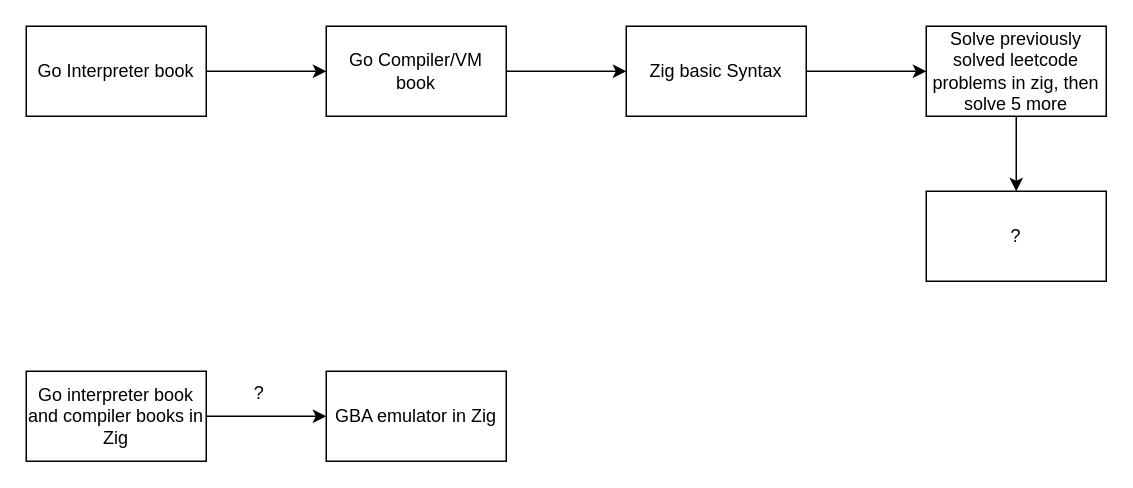
Before: projectPath.drawio in Bekian/bekian, a draw.io diagram. Source tidied: cells renumbered, new cells numbered last; positions are measured from the earlier drawing's top-left corner, leaving out a move shared by most shapes. Both pictures are drawn from the tidied source at 150%, with x=0, y=0 at pixel (26, 26).
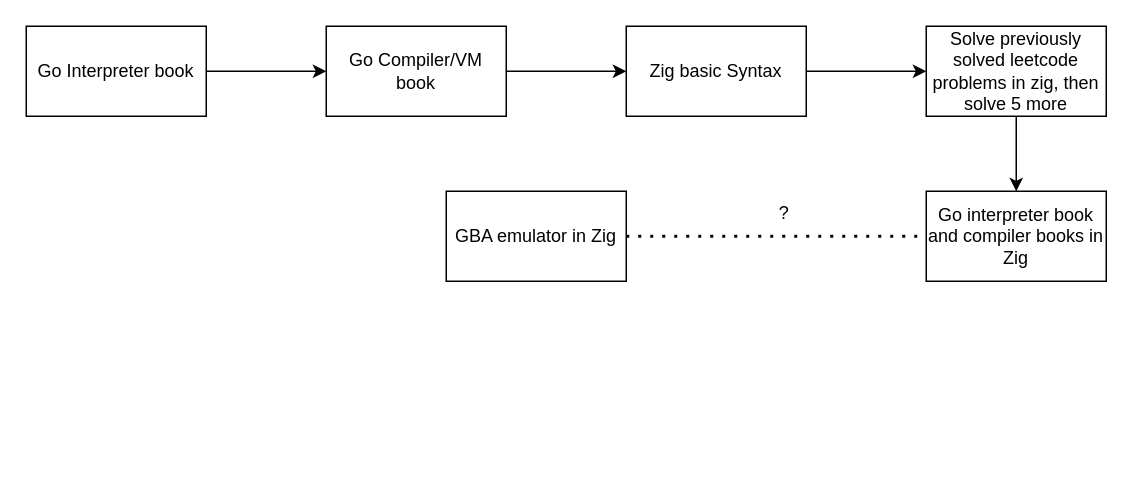
After the change.

What changed in the source:
```diff
@@
 <mxGraphModel>
   <root>
     <mxCell id="0" />
     <mxCell id="1" parent="0" />
     <mxCell id="2" value="Go Interpreter book" style="rounded=0;whiteSpace=wrap;html=1;" parent="1" vertex="1">
       <mxGeometry width="120" height="60" as="geometry" />
     </mxCell>
     <mxCell id="3" style="endArrow=classic;html=1;rounded=0;" parent="1" edge="1">
       <mxGeometry relative="1" as="geometry">
         <mxPoint x="120" y="30" as="sourcePoint" />
         <mxPoint x="200" y="30" as="targetPoint" />
       </mxGeometry>
     </mxCell>
     <mxCell id="4" value="Go Compiler/VM book" style="rounded=0;whiteSpace=wrap;html=1;" parent="1" vertex="1">
       <mxGeometry x="200" width="120" height="60" as="geometry" />
     </mxCell>
     <mxCell id="5" style="endArrow=classic;html=1;rounded=0;" parent="1" edge="1">
       <mxGeometry relative="1" as="geometry">
         <mxPoint x="320" y="30" as="sourcePoint" />
         <mxPoint x="400" y="30" as="targetPoint" />
       </mxGeometry>
     </mxCell>
     <mxCell id="6" value="Zig basic Syntax" style="rounded=0;whiteSpace=wrap;html=1;" parent="1" vertex="1">
       <mxGeometry x="400" width="120" height="60" as="geometry" />
     </mxCell>
     <mxCell id="7" style="endArrow=classic;html=1;rounded=0;" parent="1" edge="1">
       <mxGeometry relative="1" as="geometry">
         <mxPoint x="520" y="30" as="sourcePoint" />
         <mxPoint x="600" y="30" as="targetPoint" />
       </mxGeometry>
     </mxCell>
     <mxCell id="8" value="Solve previously solved leetcode problems in zig, then solve 5 more" style="rounded=0;whiteSpace=wrap;html=1;" parent="1" vertex="1">
       <mxGeometry x="600" width="120" height="60" as="geometry" />
     </mxCell>
     <mxCell id="9" style="endArrow=classic;html=1;rounded=0;" parent="1" edge="1">
       <mxGeometry relative="1" as="geometry">
         <mxPoint x="660" y="60" as="sourcePoint" />
         <mxPoint x="660" y="110" as="targetPoint" />
       </mxGeometry>
     </mxCell>
-    <mxCell id="10" value="?" style="rounded=0;whiteSpace=wrap;html=1;" parent="1" vertex="1">
-      <mxGeometry x="600" y="110" width="120" height="60" as="geometry" />
-    </mxCell>
-    <mxCell id="11" style="edgeStyle=orthogonalEdgeStyle;rounded=0;jettySize=auto;html=1;" parent="1" edge="1" source="12">
-      <mxGeometry relative="1" as="geometry">
-        <mxPoint x="200" y="260" as="targetPoint" />
-      </mxGeometry>
-    </mxCell>
     <mxCell id="12" value="Go interpreter book and compiler books in Zig" style="rounded=0;whiteSpace=wrap;html=1;" parent="1" vertex="1">
-      <mxGeometry y="230" width="120" height="60" as="geometry" />
+      <mxGeometry x="600" y="110" width="120" height="60" as="geometry" />
     </mxCell>
     <mxCell id="13" value="GBA emulator in Zig" style="whiteSpace=wrap;html=1;" parent="1" vertex="1">
-      <mxGeometry x="200" y="230" width="120" height="60" as="geometry" />
+      <mxGeometry x="280" y="110" width="120" height="60" as="geometry" />
     </mxCell>
     <mxCell id="14" value="?" style="text;html=1;align=center;verticalAlign=middle;strokeColor=none;fillColor=none;" parent="1" vertex="1">
-      <mxGeometry x="140" y="230" width="30" height="30" as="geometry" />
+      <mxGeometry x="490" y="110" width="30" height="30" as="geometry" />
     </mxCell>
+    <mxCell id="15" style="endArrow=none;dashed=1;html=1;dashPattern=1 3;strokeWidth=2;rounded=0;entryX=0;entryY=0.5;entryDx=0;entryDy=0;" parent="1" edge="1" target="12">
+      <mxGeometry relative="1" as="geometry">
+        <mxPoint x="400" y="140" as="sourcePoint" />
+      </mxGeometry>
+    </mxCell>
   </root>
 </mxGraphModel>
```
